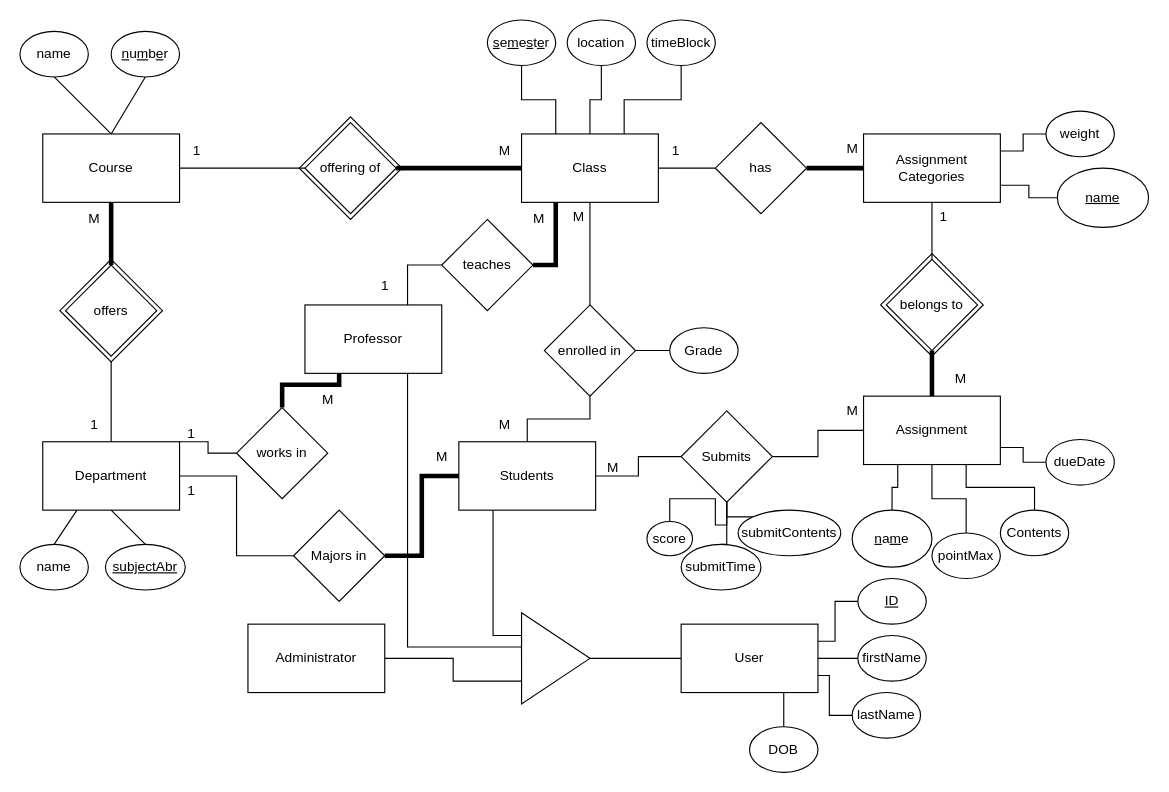
This is CS6016/Project/CS6016_Phase1.drawio from Branden-Frieden/MSD, a draw.io file, before an edit. Source tidied: cells renumbered, new cells numbered last; positions are measured from the earlier drawing's top-left corner, leaving out a move shared by most shapes. Both pictures are drawn from the tidied source at 114%, with x=0, y=0 at pixel (19, 19).
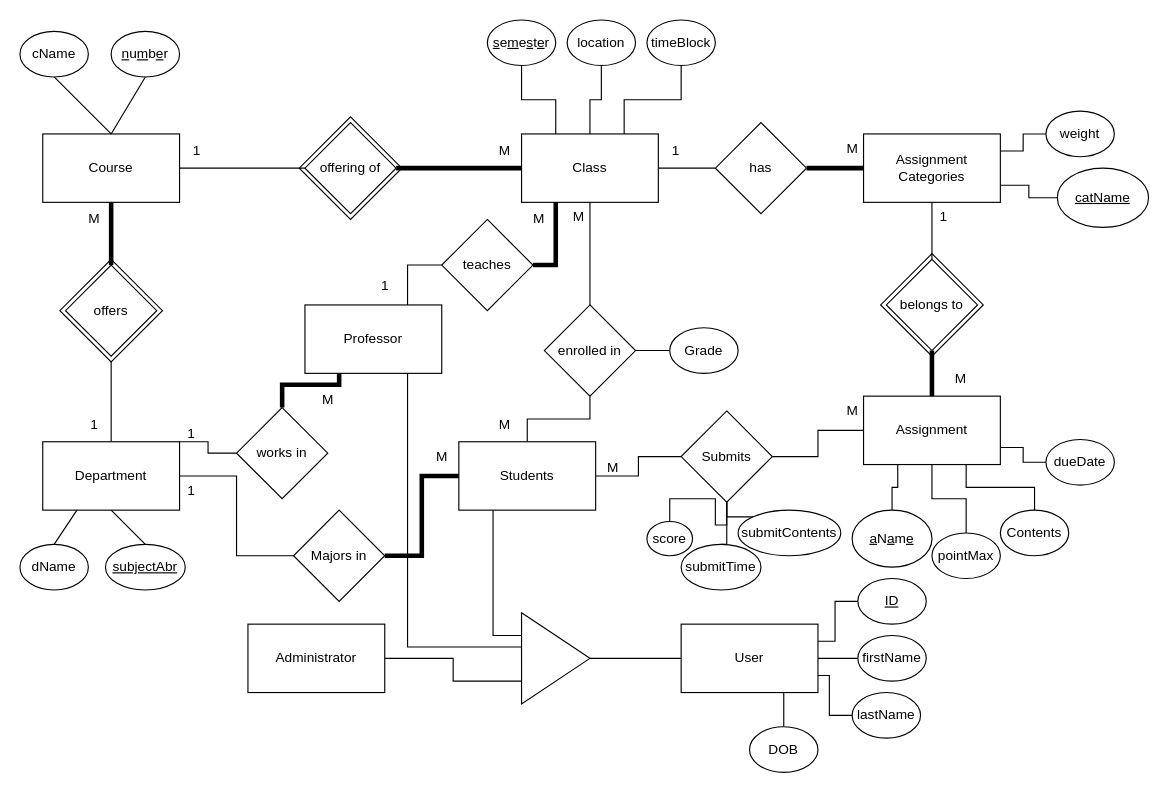
The same diagram, later.

The edit, as a diff of the source:
```diff
@@
-    <mxCell id="7" value="name" style="ellipse;whiteSpace=wrap;html=1;" parent="1" vertex="1">
+    <mxCell id="7" value="dName" style="ellipse;whiteSpace=wrap;html=1;" parent="1" vertex="1">
       <mxGeometry y="460" width="60" height="40" as="geometry" />
     </mxCell>
@@
-    <mxCell id="13" value="name" style="ellipse;whiteSpace=wrap;html=1;" parent="1" vertex="1">
+    <mxCell id="13" value="cName" style="ellipse;whiteSpace=wrap;html=1;" parent="1" vertex="1">
       <mxGeometry y="10" width="60" height="40" as="geometry" />
     </mxCell>
@@
-    <mxCell id="72" value="&lt;u&gt;n&lt;/u&gt;a&lt;u&gt;m&lt;/u&gt;e" style="ellipse;whiteSpace=wrap;html=1;" parent="1" vertex="1">
+    <mxCell id="72" value="&lt;u&gt;a&lt;/u&gt;N&lt;u&gt;a&lt;/u&gt;m&lt;u&gt;e&lt;/u&gt;" style="ellipse;whiteSpace=wrap;html=1;" parent="1" vertex="1">
       <mxGeometry x="730" y="430" width="70" height="50" as="geometry" />
     </mxCell>
@@
-    <mxCell id="105" value="&lt;u&gt;name&lt;/u&gt;" style="ellipse;whiteSpace=wrap;html=1;" parent="1" vertex="1">
+    <mxCell id="105" value="&lt;u&gt;catName&lt;/u&gt;" style="ellipse;whiteSpace=wrap;html=1;" parent="1" vertex="1">
       <mxGeometry x="910" y="130" width="80" height="52" as="geometry" />
     </mxCell>
```
